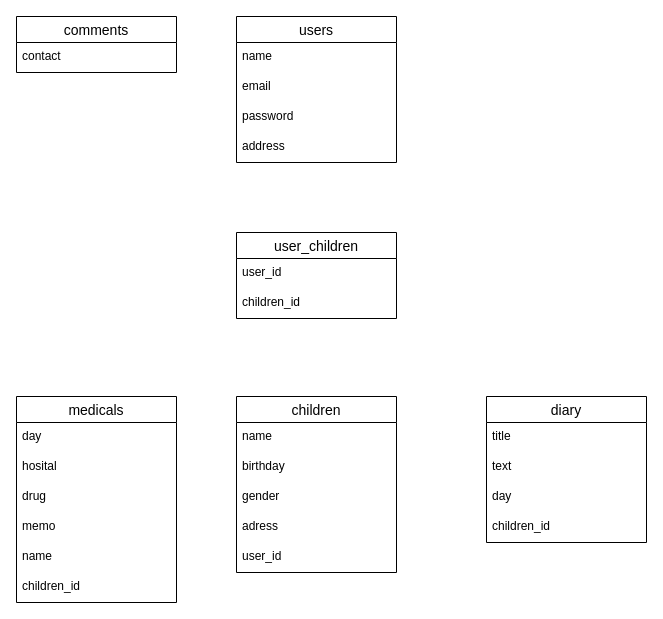
Above: ER.dio in hiratatatsujiro/baby_app (draw.io), before the change. Source tidied: cells renumbered, new cells numbered last; positions are measured from the earlier drawing's top-left corner, leaving out a move shared by most shapes. Both pictures are drawn from the tidied source at 100%, with x=0, y=0 at pixel (16, 16).
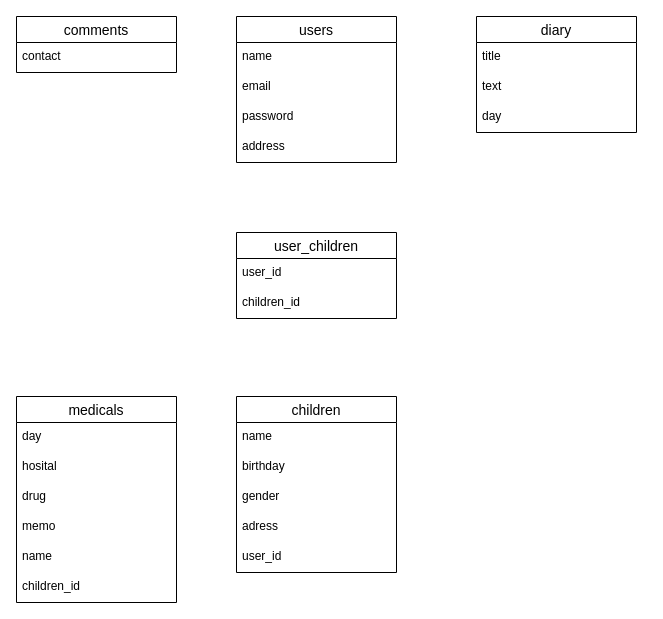
Above is the later version.

What changed in the source:
```diff
@@
     <mxCell id="22" value="diary" style="swimlane;fontStyle=0;horizontal=1;startSize=26;align=center;fontSize=14;" parent="1" vertex="1">
-      <mxGeometry x="470" y="380" width="160" height="146" as="geometry" />
+      <mxGeometry x="460" width="160" height="116" as="geometry" />
     </mxCell>
@@
-    <mxCell id="26" value="children_id" style="text;strokeColor=none;fillColor=none;spacingLeft=4;spacingRight=4;overflow=hidden;fontSize=12;" parent="22" vertex="1">
-      <mxGeometry y="116" width="160" height="30" as="geometry" />
-    </mxCell>
```
